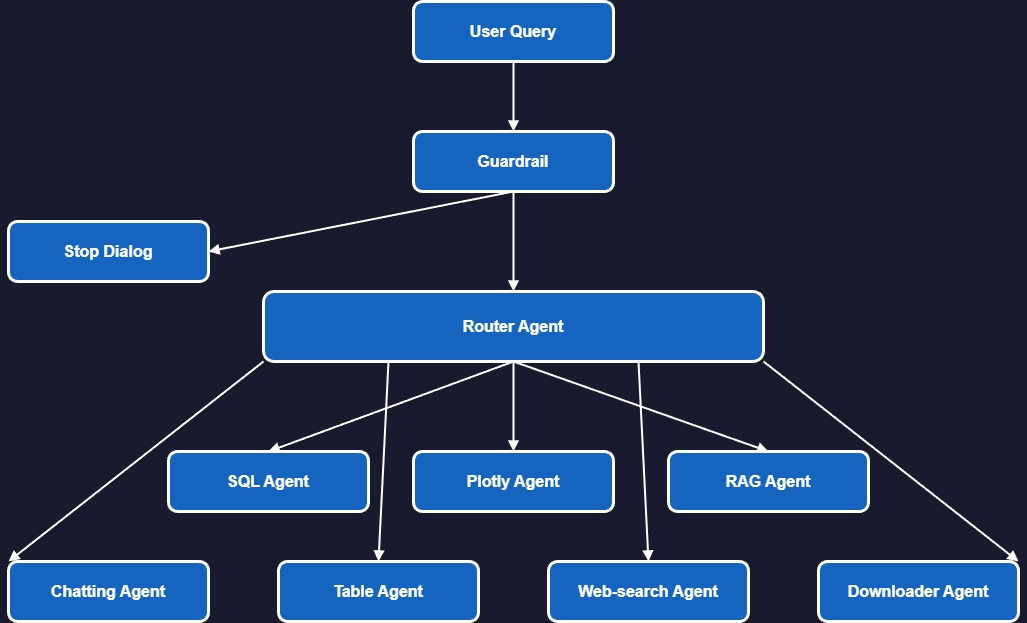
alexveider1/Ultimate-Macroeconomics-Dashboard keeps this draw.io diagram as app/assets/_ai_structure.png. Above is the earlier version. Source tidied: cells renumbered, new cells last; positions are measured from the earlier drawing's top-left corner, leaving out a move shared by most shapes.
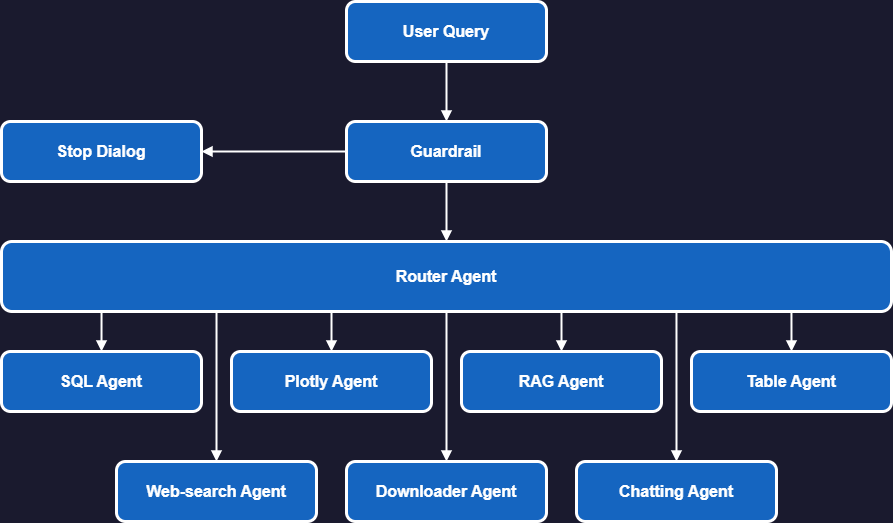
The same diagram one commit later.

The edit, as a diff of the source:
```diff
@@ -3,71 +3,67 @@
     <mxCell id="0" />
     <mxCell id="1" parent="0" />
     <mxCell id="2" value="User Query" style="rounded=1;whiteSpace=wrap;html=1;fillColor=#1565c0;strokeColor=#ffffff;fontColor=#ffffff;fontSize=16;fontStyle=1;strokeWidth=3;" parent="1" vertex="1">
-      <mxGeometry x="405" width="200" height="60" as="geometry" />
+      <mxGeometry x="465" y="120" width="200" height="60" as="geometry" />
     </mxCell>
-    <mxCell id="3" style="endArrow=block;endFill=1;html=1;rounded=0;strokeColor=#ffffff;strokeWidth=2;exitX=0.5;exitY=1;exitDx=0;exitDy=0;entryX=0.5;entryY=0;entryDx=0;entryDy=0;" parent="1" edge="1" source="2" target="4">
-      <mxGeometry relative="1" as="geometry" />
-    </mxCell>
     <mxCell id="4" value="Guardrail" style="rounded=1;whiteSpace=wrap;html=1;fillColor=#1565c0;strokeColor=#ffffff;fontColor=#ffffff;fontSize=16;fontStyle=1;strokeWidth=3;" parent="1" vertex="1">
-      <mxGeometry x="405" y="130" width="200" height="60" as="geometry" />
+      <mxGeometry x="465" y="240" width="200" height="60" as="geometry" />
     </mxCell>
-    <mxCell id="5" style="endArrow=block;endFill=1;html=1;rounded=0;strokeColor=#ffffff;strokeWidth=2;exitX=0.5;exitY=1;exitDx=0;exitDy=0;" parent="1" edge="1" source="4">
-      <mxGeometry relative="1" as="geometry">
-        <mxPoint x="200" y="250" as="targetPoint" />
-      </mxGeometry>
-    </mxCell>
-    <mxCell id="6" style="endArrow=block;endFill=1;html=1;rounded=0;strokeColor=#ffffff;strokeWidth=2;exitX=0.5;exitY=1;exitDx=0;exitDy=0;" parent="1" edge="1" source="4">
-      <mxGeometry relative="1" as="geometry">
-        <mxPoint x="505" y="290" as="targetPoint" />
-      </mxGeometry>
-    </mxCell>
     <mxCell id="7" value="Stop Dialog" style="rounded=1;whiteSpace=wrap;html=1;fillColor=#1565c0;strokeColor=#ffffff;fontColor=#ffffff;fontSize=16;fontStyle=1;strokeWidth=3;" parent="1" vertex="1">
-      <mxGeometry y="220" width="200" height="60" as="geometry" />
+      <mxGeometry x="120" y="240" width="200" height="60" as="geometry" />
     </mxCell>
     <mxCell id="8" value="Router Agent" style="rounded=1;whiteSpace=wrap;html=1;fillColor=#1565c0;strokeColor=#ffffff;fontColor=#ffffff;fontSize=16;fontStyle=1;strokeWidth=3;" parent="1" vertex="1">
-      <mxGeometry x="255" y="290" width="500" height="70" as="geometry" />
+      <mxGeometry x="120" y="360" width="890" height="70" as="geometry" />
     </mxCell>
+    <mxCell id="13" value="SQL Agent" style="rounded=1;whiteSpace=wrap;html=1;fillColor=#1565c0;strokeColor=#ffffff;fontColor=#ffffff;fontSize=16;fontStyle=1;strokeWidth=3;" parent="1" vertex="1">
+      <mxGeometry x="120" y="470" width="200" height="60" as="geometry" />
+    </mxCell>
+    <mxCell id="12" value="Plotly Agent" style="rounded=1;whiteSpace=wrap;html=1;fillColor=#1565c0;strokeColor=#ffffff;fontColor=#ffffff;fontSize=16;fontStyle=1;strokeWidth=3;" parent="1" vertex="1">
+      <mxGeometry x="350" y="470" width="200" height="60" as="geometry" />
+    </mxCell>
+    <mxCell id="11" value="RAG Agent" style="rounded=1;whiteSpace=wrap;html=1;fillColor=#1565c0;strokeColor=#ffffff;fontColor=#ffffff;fontSize=16;fontStyle=1;strokeWidth=3;" parent="1" vertex="1">
+      <mxGeometry x="580" y="470" width="200" height="60" as="geometry" />
+    </mxCell>
+    <mxCell id="14" value="Table Agent" style="rounded=1;whiteSpace=wrap;html=1;fillColor=#1565c0;strokeColor=#ffffff;fontColor=#ffffff;fontSize=16;fontStyle=1;strokeWidth=3;" parent="1" vertex="1">
+      <mxGeometry x="810" y="470" width="200" height="60" as="geometry" />
+    </mxCell>
+    <mxCell id="10" value="Web-search Agent" style="rounded=1;whiteSpace=wrap;html=1;fillColor=#1565c0;strokeColor=#ffffff;fontColor=#ffffff;fontSize=16;fontStyle=1;strokeWidth=3;" parent="1" vertex="1">
+      <mxGeometry x="235" y="580" width="200" height="60" as="geometry" />
+    </mxCell>
     <mxCell id="9" value="Downloader Agent" style="rounded=1;whiteSpace=wrap;html=1;fillColor=#1565c0;strokeColor=#ffffff;fontColor=#ffffff;fontSize=16;fontStyle=1;strokeWidth=3;" parent="1" vertex="1">
-      <mxGeometry x="810" y="560" width="200" height="60" as="geometry" />
+      <mxGeometry x="465" y="580" width="200" height="60" as="geometry" />
     </mxCell>
-    <mxCell id="10" value="Web-search Agent" style="rounded=1;whiteSpace=wrap;html=1;fillColor=#1565c0;strokeColor=#ffffff;fontColor=#ffffff;fontSize=16;fontStyle=1;strokeWidth=3;" parent="1" vertex="1">
-      <mxGeometry x="540" y="560" width="200" height="60" as="geometry" />
-    </mxCell>
-    <mxCell id="11" value="RAG Agent" style="rounded=1;whiteSpace=wrap;html=1;fillColor=#1565c0;strokeColor=#ffffff;fontColor=#ffffff;fontSize=16;fontStyle=1;strokeWidth=3;" parent="1" vertex="1">
-      <mxGeometry x="660" y="450" width="200" height="60" as="geometry" />
-    </mxCell>
-    <mxCell id="12" value="Plotly Agent" style="rounded=1;whiteSpace=wrap;html=1;fillColor=#1565c0;strokeColor=#ffffff;fontColor=#ffffff;fontSize=16;fontStyle=1;strokeWidth=3;" parent="1" vertex="1">
-      <mxGeometry x="405" y="450" width="200" height="60" as="geometry" />
-    </mxCell>
-    <mxCell id="13" value="SQL Agent" style="rounded=1;whiteSpace=wrap;html=1;fillColor=#1565c0;strokeColor=#ffffff;fontColor=#ffffff;fontSize=16;fontStyle=1;strokeWidth=3;" parent="1" vertex="1">
-      <mxGeometry x="160" y="450" width="200" height="60" as="geometry" />
-    </mxCell>
-    <mxCell id="14" value="Table Agent" style="rounded=1;whiteSpace=wrap;html=1;fillColor=#1565c0;strokeColor=#ffffff;fontColor=#ffffff;fontSize=16;fontStyle=1;strokeWidth=3;" parent="1" vertex="1">
-      <mxGeometry x="270" y="560" width="200" height="60" as="geometry" />
-    </mxCell>
     <mxCell id="15" value="Chatting Agent" style="rounded=1;whiteSpace=wrap;html=1;fillColor=#1565c0;strokeColor=#ffffff;fontColor=#ffffff;fontSize=16;fontStyle=1;strokeWidth=3;" parent="1" vertex="1">
-      <mxGeometry y="560" width="200" height="60" as="geometry" />
+      <mxGeometry x="695" y="580" width="200" height="60" as="geometry" />
     </mxCell>
+    <mxCell id="3" style="endArrow=block;endFill=1;html=1;rounded=0;strokeColor=#ffffff;strokeWidth=2;exitX=0.5;exitY=1;exitDx=0;exitDy=0;entryX=0.5;entryY=0;entryDx=0;entryDy=0;" parent="1" edge="1" source="2" target="4">
+      <mxGeometry relative="1" as="geometry" />
+    </mxCell>
+    <mxCell id="23" style="endArrow=block;endFill=1;html=1;rounded=0;strokeColor=#ffffff;strokeWidth=2;exitX=0;exitY=0.5;exitDx=0;exitDy=0;entryX=1;entryY=0.5;entryDx=0;entryDy=0;" parent="1" edge="1" source="4" target="7">
+      <mxGeometry relative="1" as="geometry" />
+    </mxCell>
+    <mxCell id="24" style="endArrow=block;endFill=1;html=1;rounded=0;strokeColor=#ffffff;strokeWidth=2;exitX=0.5;exitY=1;exitDx=0;exitDy=0;entryX=0.5;entryY=0;entryDx=0;entryDy=0;" parent="1" edge="1" source="4" target="8">
+      <mxGeometry relative="1" as="geometry" />
+    </mxCell>
+    <mxCell id="18" style="endArrow=block;endFill=1;html=1;rounded=0;strokeColor=#ffffff;strokeWidth=2;exitX=0.1124;exitY=1;exitDx=0;exitDy=0;entryX=0.5;entryY=0;entryDx=0;entryDy=0;" parent="1" edge="1" source="8" target="13">
+      <mxGeometry relative="1" as="geometry" />
+    </mxCell>
+    <mxCell id="22" style="endArrow=block;endFill=1;html=1;rounded=0;strokeColor=#ffffff;strokeWidth=2;exitX=0.2416;exitY=1;exitDx=0;exitDy=0;entryX=0.5;entryY=0;entryDx=0;entryDy=0;" parent="1" edge="1" source="8" target="10">
+      <mxGeometry relative="1" as="geometry" />
+    </mxCell>
-    <mxCell id="16" style="endArrow=block;endFill=1;html=1;rounded=0;strokeColor=#ffffff;strokeWidth=2;entryX=0.5;entryY=0;entryDx=0;entryDy=0;exitX=0.5;exitY=1;exitDx=0;exitDy=0;" parent="1" edge="1" source="8" target="12">
+    <mxCell id="16" style="endArrow=block;endFill=1;html=1;rounded=0;strokeColor=#ffffff;strokeWidth=2;exitX=0.3708;exitY=1;exitDx=0;exitDy=0;entryX=0.5;entryY=0;entryDx=0;entryDy=0;" parent="1" edge="1" source="8" target="12">
       <mxGeometry relative="1" as="geometry" />
     </mxCell>
+    <mxCell id="20" style="endArrow=block;endFill=1;html=1;rounded=0;strokeColor=#ffffff;strokeWidth=2;exitX=0.5;exitY=1;exitDx=0;exitDy=0;entryX=0.5;entryY=0;entryDx=0;entryDy=0;" parent="1" edge="1" source="8" target="9">
+      <mxGeometry relative="1" as="geometry" />
+    </mxCell>
-    <mxCell id="17" style="endArrow=block;endFill=1;html=1;rounded=0;strokeColor=#ffffff;strokeWidth=2;entryX=0.5;entryY=0;entryDx=0;entryDy=0;exitX=0.5;exitY=1;exitDx=0;exitDy=0;" parent="1" edge="1" source="8" target="11">
+    <mxCell id="17" style="endArrow=block;endFill=1;html=1;rounded=0;strokeColor=#ffffff;strokeWidth=2;exitX=0.6292;exitY=1;exitDx=0;exitDy=0;entryX=0.5;entryY=0;entryDx=0;entryDy=0;" parent="1" edge="1" source="8" target="11">
       <mxGeometry relative="1" as="geometry" />
     </mxCell>
-    <mxCell id="18" style="endArrow=block;endFill=1;html=1;rounded=0;strokeColor=#ffffff;strokeWidth=2;entryX=0.5;entryY=0;entryDx=0;entryDy=0;exitX=0.5;exitY=1;exitDx=0;exitDy=0;" parent="1" edge="1" source="8" target="13">
-      <mxGeometry relative="1" as="geometry" />
-    </mxCell>
-    <mxCell id="19" style="endArrow=block;endFill=1;html=1;rounded=0;strokeColor=#ffffff;strokeWidth=2;entryX=0;entryY=0;entryDx=0;entryDy=0;exitX=0;exitY=1;exitDx=0;exitDy=0;" parent="1" edge="1" source="8" target="15">
+    <mxCell id="19" style="endArrow=block;endFill=1;html=1;rounded=0;strokeColor=#ffffff;strokeWidth=2;exitX=0.7584;exitY=1;exitDx=0;exitDy=0;entryX=0.5;entryY=0;entryDx=0;entryDy=0;" parent="1" edge="1" source="8" target="15">
       <mxGeometry relative="1" as="geometry" />
     </mxCell>
-    <mxCell id="20" style="endArrow=block;endFill=1;html=1;rounded=0;strokeColor=#ffffff;strokeWidth=2;entryX=1;entryY=0;entryDx=0;entryDy=0;exitX=1;exitY=1;exitDx=0;exitDy=0;" parent="1" edge="1" source="8" target="9">
-      <mxGeometry relative="1" as="geometry" />
-    </mxCell>
-    <mxCell id="21" style="endArrow=block;endFill=1;html=1;rounded=0;strokeColor=#ffffff;strokeWidth=2;entryX=0.5;entryY=0;entryDx=0;entryDy=0;exitX=0.25;exitY=1;exitDx=0;exitDy=0;" parent="1" edge="1" source="8" target="14">
+    <mxCell id="21" style="endArrow=block;endFill=1;html=1;rounded=0;strokeColor=#ffffff;strokeWidth=2;exitX=0.8876;exitY=1;exitDx=0;exitDy=0;entryX=0.5;entryY=0;entryDx=0;entryDy=0;" parent="1" edge="1" source="8" target="14">
       <mxGeometry relative="1" as="geometry" />
     </mxCell>
-    <mxCell id="22" style="endArrow=block;endFill=1;html=1;rounded=0;strokeColor=#ffffff;strokeWidth=2;entryX=0.5;entryY=0;entryDx=0;entryDy=0;exitX=0.75;exitY=1;exitDx=0;exitDy=0;" parent="1" edge="1" source="8" target="10">
-      <mxGeometry relative="1" as="geometry" />
-    </mxCell>
   </root>
 </mxGraphModel>
```
